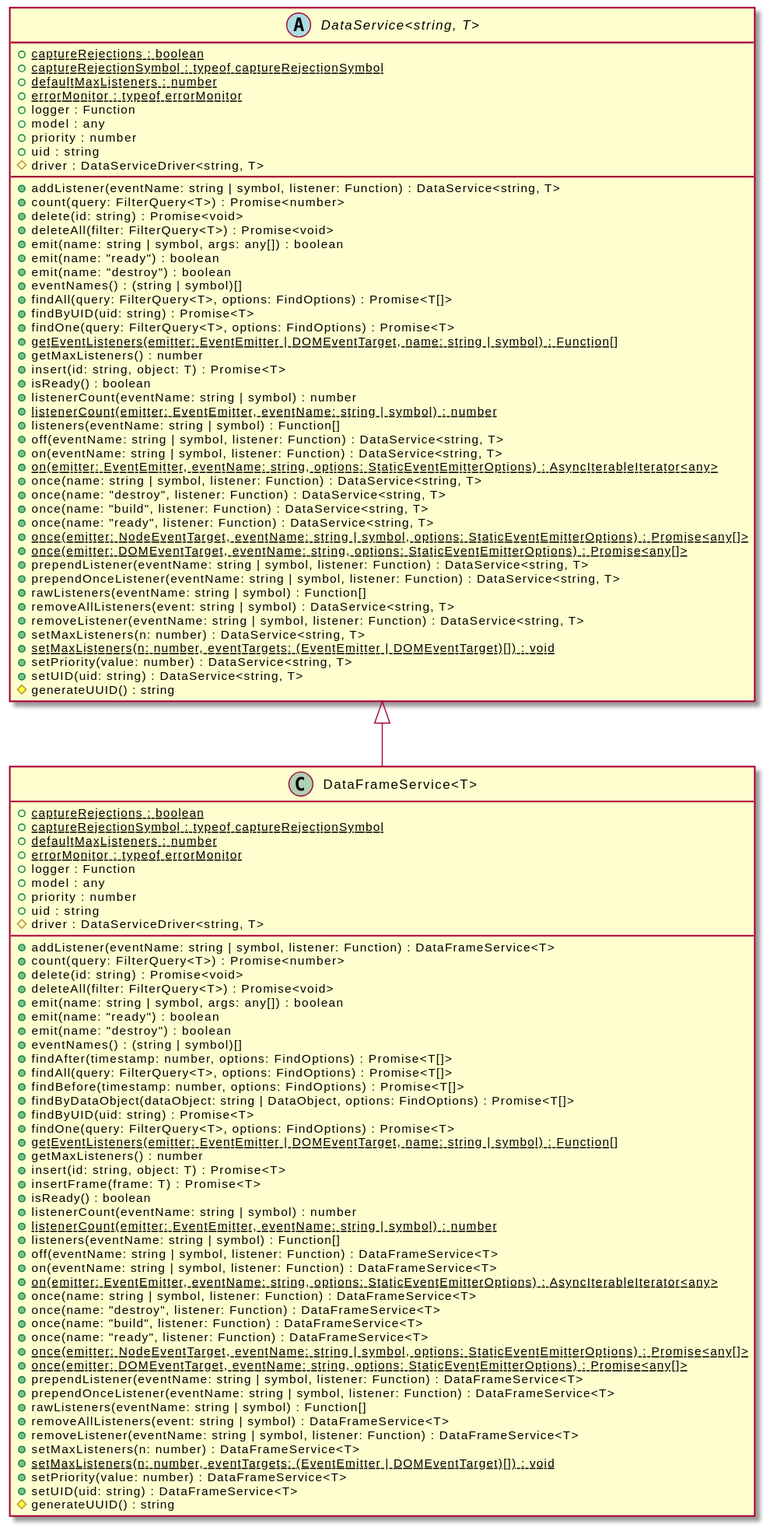
This is assets/DataFrameService-umlClassDiagram-8756.svg from OpenHPS/openhps-core, a PlantUML export, as it was before one commit. The source it was exported from:
```plantuml
@startuml
skinparam BackgroundColor transparent
hide empty methods
hide empty fields
class "DataFrameService<T>" {
    {static} +captureRejections : boolean
    {static} +captureRejectionSymbol : typeof captureRejectionSymbol
    {static} +defaultMaxListeners : number
    {static} +errorMonitor : typeof errorMonitor
    +logger : Function
    +model : any
    +priority : number
    +uid : string
    #driver : DataServiceDriver<string, T>
    +addListener(eventName: string | symbol, listener: Function) : DataFrameService<T>
    +count(query: FilterQuery<T>) : Promise<number>
    +delete(id: string) : Promise<void>
    +deleteAll(filter: FilterQuery<T>) : Promise<void>
    +emit(name: string | symbol, args: any[]) : boolean
    +emit(name: "ready") : boolean
    +emit(name: "destroy") : boolean
    +eventNames() : (string | symbol)[]
    +findAfter(timestamp: number, options: FindOptions) : Promise<T[]>
    +findAll(query: FilterQuery<T>, options: FindOptions) : Promise<T[]>
    +findBefore(timestamp: number, options: FindOptions) : Promise<T[]>
    +findByDataObject(dataObject: string | DataObject, options: FindOptions) : Promise<T[]>
    +findByUID(uid: string) : Promise<T>
    +findOne(query: FilterQuery<T>, options: FindOptions) : Promise<T>
    {static} +getEventListeners(emitter: EventEmitter | DOMEventTarget, name: string | symbol) : Function[]
    +getMaxListeners() : number
    +insert(id: string, object: T) : Promise<T>
    +insertFrame(frame: T) : Promise<T>
    +isReady() : boolean
    +listenerCount(eventName: string | symbol) : number
    {static} +listenerCount(emitter: EventEmitter, eventName: string | symbol) : number
    +listeners(eventName: string | symbol) : Function[]
    +off(eventName: string | symbol, listener: Function) : DataFrameService<T>
    +on(eventName: string | symbol, listener: Function) : DataFrameService<T>
    {static} +on(emitter: EventEmitter, eventName: string, options: StaticEventEmitterOptions) : AsyncIterableIterator<any>
    +once(name: string | symbol, listener: Function) : DataFrameService<T>
    +once(name: "destroy", listener: Function) : DataFrameService<T>
    +once(name: "build", listener: Function) : DataFrameService<T>
    +once(name: "ready", listener: Function) : DataFrameService<T>
    {static} +once(emitter: NodeEventTarget, eventName: string | symbol, options: StaticEventEmitterOptions) : Promise<any[]>
    {static} +once(emitter: DOMEventTarget, eventName: string, options: StaticEventEmitterOptions) : Promise<any[]>
    +prependListener(eventName: string | symbol, listener: Function) : DataFrameService<T>
    +prependOnceListener(eventName: string | symbol, listener: Function) : DataFrameService<T>
    +rawListeners(eventName: string | symbol) : Function[]
    +removeAllListeners(event: string | symbol) : DataFrameService<T>
    +removeListener(eventName: string | symbol, listener: Function) : DataFrameService<T>
    +setMaxListeners(n: number) : DataFrameService<T>
    {static} +setMaxListeners(n: number, eventTargets: (EventEmitter | DOMEventTarget)[]) : void
    +setPriority(value: number) : DataFrameService<T>
    +setUID(uid: string) : DataFrameService<T>
    #generateUUID() : string
}
abstract class "DataService<string, T>" {
    {static} +captureRejections : boolean
    {static} +captureRejectionSymbol : typeof captureRejectionSymbol
    {static} +defaultMaxListeners : number
    {static} +errorMonitor : typeof errorMonitor
    +logger : Function
    +model : any
    +priority : number
    +uid : string
    #driver : DataServiceDriver<string, T>
    +addListener(eventName: string | symbol, listener: Function) : DataService<string, T>
    +count(query: FilterQuery<T>) : Promise<number>
    +delete(id: string) : Promise<void>
    +deleteAll(filter: FilterQuery<T>) : Promise<void>
    +emit(name: string | symbol, args: any[]) : boolean
    +emit(name: "ready") : boolean
    +emit(name: "destroy") : boolean
    +eventNames() : (string | symbol)[]
    +findAll(query: FilterQuery<T>, options: FindOptions) : Promise<T[]>
    +findByUID(uid: string) : Promise<T>
    +findOne(query: FilterQuery<T>, options: FindOptions) : Promise<T>
    {static} +getEventListeners(emitter: EventEmitter | DOMEventTarget, name: string | symbol) : Function[]
    +getMaxListeners() : number
    +insert(id: string, object: T) : Promise<T>
    +isReady() : boolean
    +listenerCount(eventName: string | symbol) : number
    {static} +listenerCount(emitter: EventEmitter, eventName: string | symbol) : number
    +listeners(eventName: string | symbol) : Function[]
    +off(eventName: string | symbol, listener: Function) : DataService<string, T>
    +on(eventName: string | symbol, listener: Function) : DataService<string, T>
    {static} +on(emitter: EventEmitter, eventName: string, options: StaticEventEmitterOptions) : AsyncIterableIterator<any>
    +once(name: string | symbol, listener: Function) : DataService<string, T>
    +once(name: "destroy", listener: Function) : DataService<string, T>
    +once(name: "build", listener: Function) : DataService<string, T>
    +once(name: "ready", listener: Function) : DataService<string, T>
    {static} +once(emitter: NodeEventTarget, eventName: string | symbol, options: StaticEventEmitterOptions) : Promise<any[]>
    {static} +once(emitter: DOMEventTarget, eventName: string, options: StaticEventEmitterOptions) : Promise<any[]>
    +prependListener(eventName: string | symbol, listener: Function) : DataService<string, T>
    +prependOnceListener(eventName: string | symbol, listener: Function) : DataService<string, T>
    +rawListeners(eventName: string | symbol) : Function[]
    +removeAllListeners(event: string | symbol) : DataService<string, T>
    +removeListener(eventName: string | symbol, listener: Function) : DataService<string, T>
    +setMaxListeners(n: number) : DataService<string, T>
    {static} +setMaxListeners(n: number, eventTargets: (EventEmitter | DOMEventTarget)[]) : void
    +setPriority(value: number) : DataService<string, T>
    +setUID(uid: string) : DataService<string, T>
    #generateUUID() : string
}
"DataService<string, T>" <|-- "DataFrameService<T>"
@enduml
```
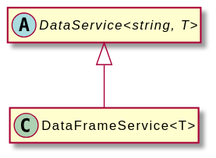
The same diagram one commit later.

The edit, as a diff of the source:
```diff
@@ -3,104 +3,8 @@
 hide empty methods
 hide empty fields
 class "DataFrameService<T>" {
-    {static} +captureRejections : boolean
-    {static} +captureRejectionSymbol : typeof captureRejectionSymbol
-    {static} +defaultMaxListeners : number
-    {static} +errorMonitor : typeof errorMonitor
-    +logger : Function
-    +model : any
-    +priority : number
-    +uid : string
-    #driver : DataServiceDriver<string, T>
-    +addListener(eventName: string | symbol, listener: Function) : DataFrameService<T>
-    +count(query: FilterQuery<T>) : Promise<number>
-    +delete(id: string) : Promise<void>
-    +deleteAll(filter: FilterQuery<T>) : Promise<void>
-    +emit(name: string | symbol, args: any[]) : boolean
-    +emit(name: "ready") : boolean
-    +emit(name: "destroy") : boolean
-    +eventNames() : (string | symbol)[]
-    +findAfter(timestamp: number, options: FindOptions) : Promise<T[]>
-    +findAll(query: FilterQuery<T>, options: FindOptions) : Promise<T[]>
-    +findBefore(timestamp: number, options: FindOptions) : Promise<T[]>
-    +findByDataObject(dataObject: string | DataObject, options: FindOptions) : Promise<T[]>
-    +findByUID(uid: string) : Promise<T>
-    +findOne(query: FilterQuery<T>, options: FindOptions) : Promise<T>
-    {static} +getEventListeners(emitter: EventEmitter | DOMEventTarget, name: string | symbol) : Function[]
-    +getMaxListeners() : number
-    +insert(id: string, object: T) : Promise<T>
-    +insertFrame(frame: T) : Promise<T>
-    +isReady() : boolean
-    +listenerCount(eventName: string | symbol) : number
-    {static} +listenerCount(emitter: EventEmitter, eventName: string | symbol) : number
-    +listeners(eventName: string | symbol) : Function[]
-    +off(eventName: string | symbol, listener: Function) : DataFrameService<T>
-    +on(eventName: string | symbol, listener: Function) : DataFrameService<T>
-    {static} +on(emitter: EventEmitter, eventName: string, options: StaticEventEmitterOptions) : AsyncIterableIterator<any>
-    +once(name: string | symbol, listener: Function) : DataFrameService<T>
-    +once(name: "destroy", listener: Function) : DataFrameService<T>
-    +once(name: "build", listener: Function) : DataFrameService<T>
-    +once(name: "ready", listener: Function) : DataFrameService<T>
-    {static} +once(emitter: NodeEventTarget, eventName: string | symbol, options: StaticEventEmitterOptions) : Promise<any[]>
-    {static} +once(emitter: DOMEventTarget, eventName: string, options: StaticEventEmitterOptions) : Promise<any[]>
-    +prependListener(eventName: string | symbol, listener: Function) : DataFrameService<T>
-    +prependOnceListener(eventName: string | symbol, listener: Function) : DataFrameService<T>
-    +rawListeners(eventName: string | symbol) : Function[]
-    +removeAllListeners(event: string | symbol) : DataFrameService<T>
-    +removeListener(eventName: string | symbol, listener: Function) : DataFrameService<T>
-    +setMaxListeners(n: number) : DataFrameService<T>
-    {static} +setMaxListeners(n: number, eventTargets: (EventEmitter | DOMEventTarget)[]) : void
-    +setPriority(value: number) : DataFrameService<T>
-    +setUID(uid: string) : DataFrameService<T>
-    #generateUUID() : string
 }
 abstract class "DataService<string, T>" {
-    {static} +captureRejections : boolean
-    {static} +captureRejectionSymbol : typeof captureRejectionSymbol
-    {static} +defaultMaxListeners : number
-    {static} +errorMonitor : typeof errorMonitor
-    +logger : Function
-    +model : any
-    +priority : number
-    +uid : string
-    #driver : DataServiceDriver<string, T>
-    +addListener(eventName: string | symbol, listener: Function) : DataService<string, T>
-    +count(query: FilterQuery<T>) : Promise<number>
-    +delete(id: string) : Promise<void>
-    +deleteAll(filter: FilterQuery<T>) : Promise<void>
-    +emit(name: string | symbol, args: any[]) : boolean
-    +emit(name: "ready") : boolean
-    +emit(name: "destroy") : boolean
-    +eventNames() : (string | symbol)[]
-    +findAll(query: FilterQuery<T>, options: FindOptions) : Promise<T[]>
-    +findByUID(uid: string) : Promise<T>
-    +findOne(query: FilterQuery<T>, options: FindOptions) : Promise<T>
-    {static} +getEventListeners(emitter: EventEmitter | DOMEventTarget, name: string | symbol) : Function[]
-    +getMaxListeners() : number
-    +insert(id: string, object: T) : Promise<T>
-    +isReady() : boolean
-    +listenerCount(eventName: string | symbol) : number
-    {static} +listenerCount(emitter: EventEmitter, eventName: string | symbol) : number
-    +listeners(eventName: string | symbol) : Function[]
-    +off(eventName: string | symbol, listener: Function) : DataService<string, T>
-    +on(eventName: string | symbol, listener: Function) : DataService<string, T>
-    {static} +on(emitter: EventEmitter, eventName: string, options: StaticEventEmitterOptions) : AsyncIterableIterator<any>
-    +once(name: string | symbol, listener: Function) : DataService<string, T>
-    +once(name: "destroy", listener: Function) : DataService<string, T>
-    +once(name: "build", listener: Function) : DataService<string, T>
-    +once(name: "ready", listener: Function) : DataService<string, T>
-    {static} +once(emitter: NodeEventTarget, eventName: string | symbol, options: StaticEventEmitterOptions) : Promise<any[]>
-    {static} +once(emitter: DOMEventTarget, eventName: string, options: StaticEventEmitterOptions) : Promise<any[]>
-    +prependListener(eventName: string | symbol, listener: Function) : DataService<string, T>
-    +prependOnceListener(eventName: string | symbol, listener: Function) : DataService<string, T>
-    +rawListeners(eventName: string | symbol) : Function[]
-    +removeAllListeners(event: string | symbol) : DataService<string, T>
-    +removeListener(eventName: string | symbol, listener: Function) : DataService<string, T>
-    +setMaxListeners(n: number) : DataService<string, T>
-    {static} +setMaxListeners(n: number, eventTargets: (EventEmitter | DOMEventTarget)[]) : void
-    +setPriority(value: number) : DataService<string, T>
-    +setUID(uid: string) : DataService<string, T>
-    #generateUUID() : string
 }
 "DataService<string, T>" <|-- "DataFrameService<T>"
 @enduml
```
